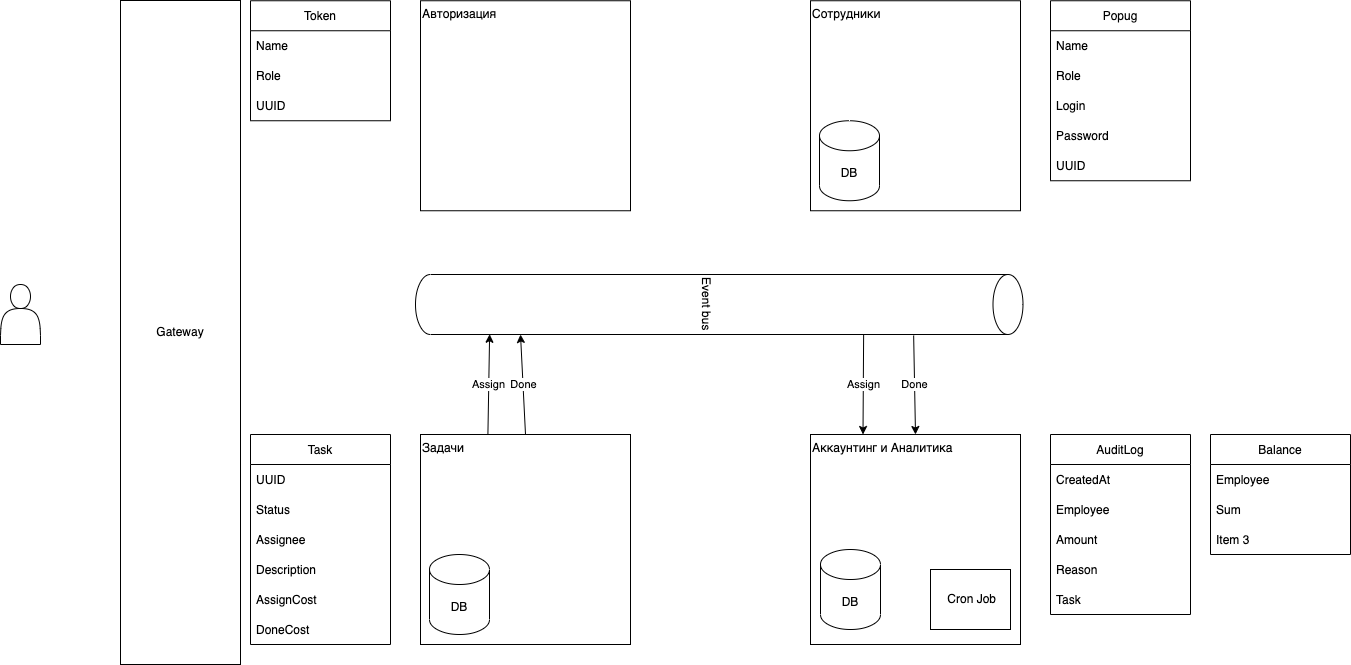
This is docs/UberPopug-aTES-TLD.png from Olegas/async-arch-4-homework, a draw.io export, as it was before one commit. Source tidied: cells renumbered, new cells last; positions are measured from the earlier drawing's top-left corner, leaving out a move shared by most shapes.
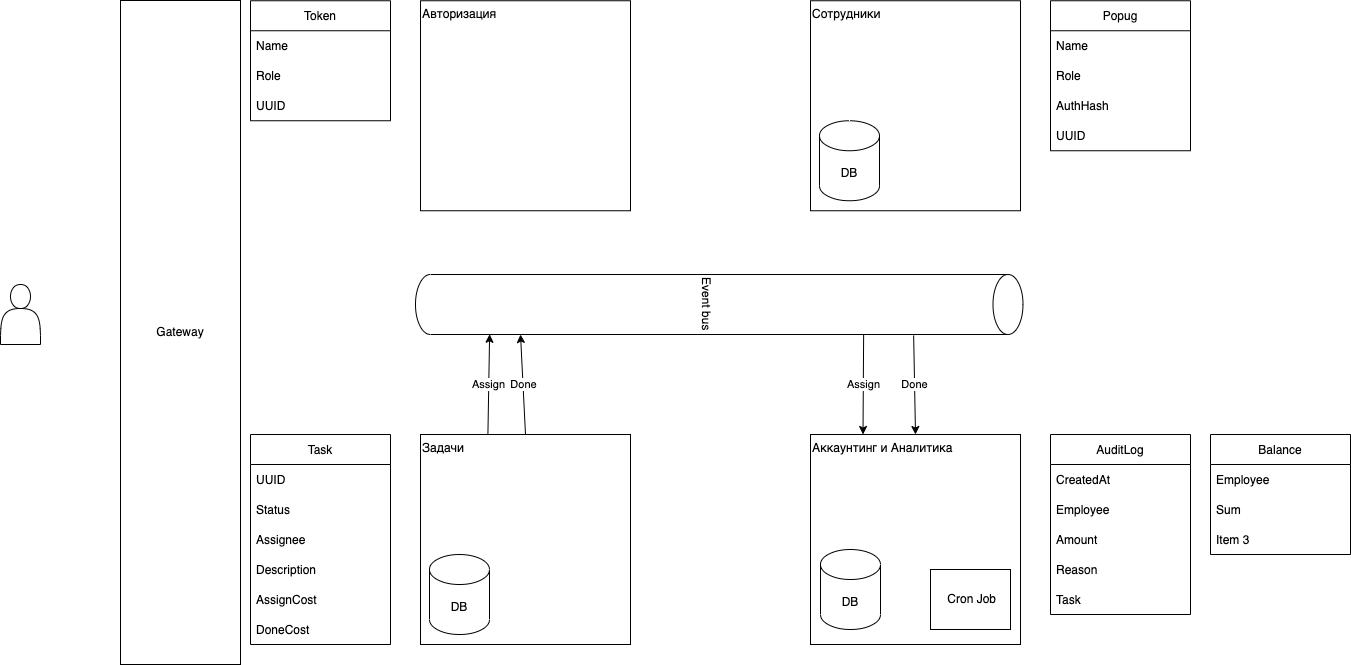
The same diagram one commit later.

The edit, as a diff of the source:
```diff
@@ -51,7 +51,7 @@
       <mxGeometry x="819" y="120.2" width="60" height="80" as="geometry" />
     </mxCell>
     <mxCell id="18" value="Popug" style="swimlane;fontStyle=0;horizontal=1;startSize=30;" parent="1" vertex="1">
-      <mxGeometry x="1050" y="0.2" width="140" height="180" as="geometry" />
+      <mxGeometry x="1050" y="0.2" width="140" height="150" as="geometry" />
     </mxCell>
     <mxCell id="19" value="Name" style="text;strokeColor=none;fillColor=none;align=left;verticalAlign=middle;spacingLeft=4;spacingRight=4;overflow=hidden;" parent="18" vertex="1">
       <mxGeometry y="30" width="140" height="30" as="geometry" />
@@ -59,14 +59,11 @@
     <mxCell id="20" value="Role" style="text;strokeColor=none;fillColor=none;align=left;verticalAlign=middle;spacingLeft=4;spacingRight=4;overflow=hidden;" parent="18" vertex="1">
       <mxGeometry y="60" width="140" height="30" as="geometry" />
     </mxCell>
-    <mxCell id="21" value="Login" style="text;strokeColor=none;fillColor=none;align=left;verticalAlign=middle;spacingLeft=4;spacingRight=4;overflow=hidden;" parent="18" vertex="1">
+    <mxCell id="21" value="AuthHash" style="text;strokeColor=none;fillColor=none;align=left;verticalAlign=middle;spacingLeft=4;spacingRight=4;overflow=hidden;" parent="18" vertex="1">
       <mxGeometry y="90" width="140" height="30" as="geometry" />
     </mxCell>
-    <mxCell id="22" value="Password" style="text;strokeColor=none;fillColor=none;align=left;verticalAlign=middle;spacingLeft=4;spacingRight=4;overflow=hidden;" parent="18" vertex="1">
-      <mxGeometry y="120" width="140" height="30" as="geometry" />
-    </mxCell>
     <mxCell id="23" value="UUID" style="text;strokeColor=none;fillColor=none;align=left;verticalAlign=middle;spacingLeft=4;spacingRight=4;overflow=hidden;" parent="18" vertex="1">
-      <mxGeometry y="150" width="140" height="30" as="geometry" />
+      <mxGeometry y="120" width="140" height="30" as="geometry" />
     </mxCell>
     <mxCell id="24" value="Event bus" style="shape=cylinder3;whiteSpace=wrap;html=1;boundedLbl=1;backgroundOutline=1;size=15;rotation=90;" parent="1" vertex="1">
       <mxGeometry x="688.8" y="0.2" width="60" height="607.5" as="geometry" />
```
